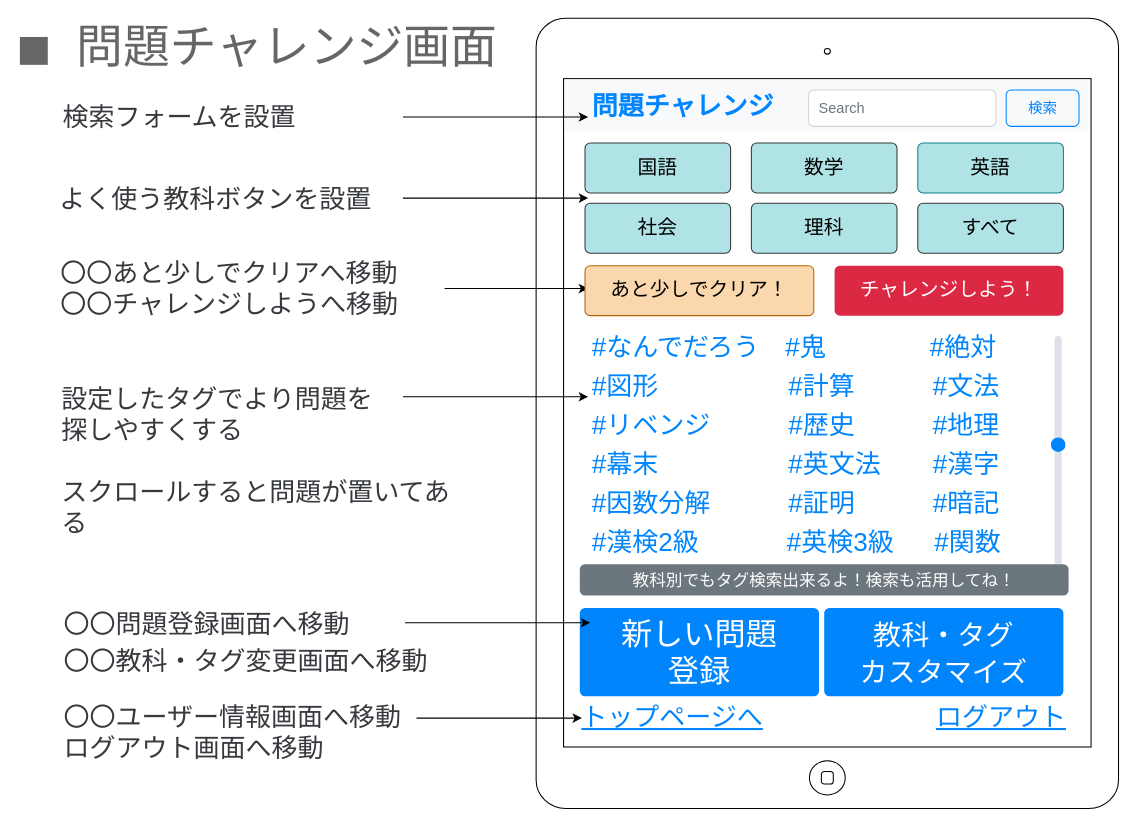
Above: page "問題チャレンジ画面のコピー" (8 of 15) of 画面設計_苦手問題克服.drawio in mitsuewatanabe/practice (draw.io), before the change. Source tidied: cells renumbered, new cells numbered last; positions are measured from the earlier drawing's top-left corner, leaving out a move shared by most shapes. Both pictures are drawn from the tidied source at 104%, with x=0, y=0 at pixel (18, 18).
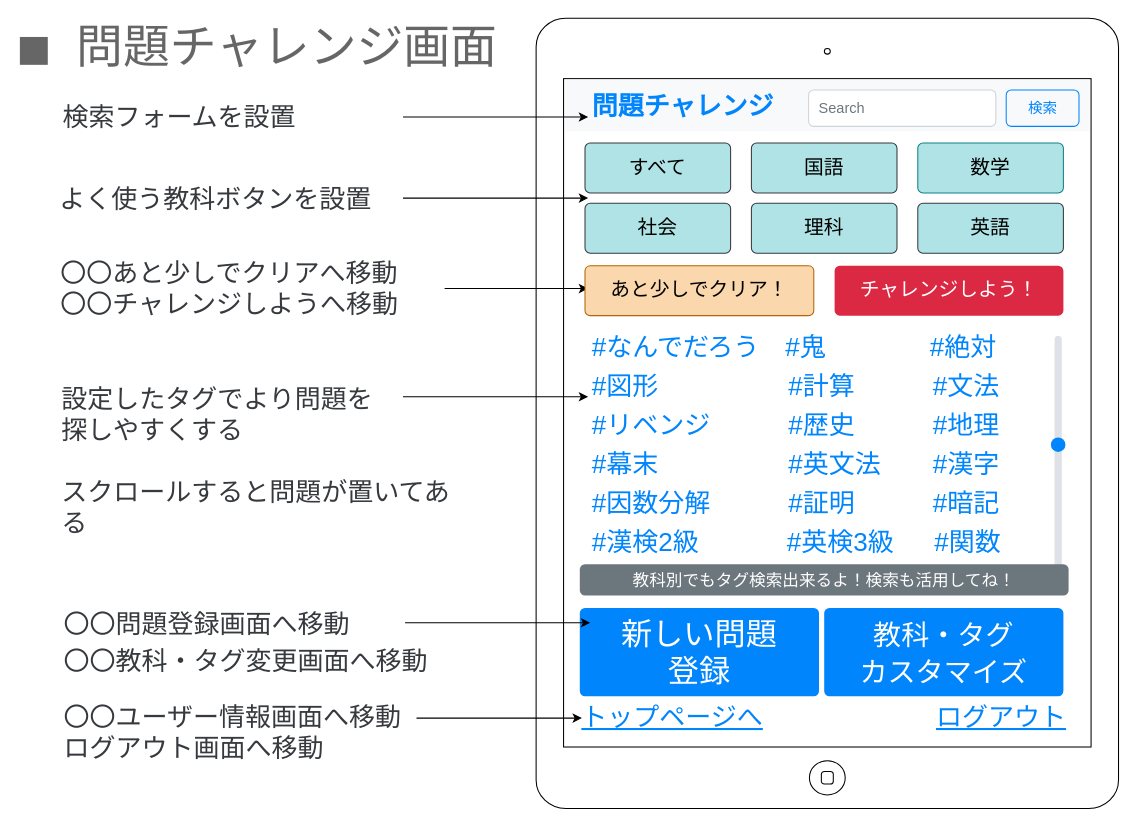
Above is the later version.

Change to the diagram source:
```diff
@@
-    <mxCell id="26" value="&lt;span style=&quot;&quot;&gt;国語&lt;/span&gt;" style="html=1;shadow=0;dashed=0;shape=mxgraph.bootstrap.rrect;rSize=5;strokeColor=#36393d;strokeWidth=1;whiteSpace=wrap;align=center;verticalAlign=middle;spacingLeft=0;fontStyle=0;fontSize=19;spacing=5;labelBackgroundColor=#B0E3E6;fillColor=#B0E3E6;" parent="1" vertex="1">
+    <mxCell id="26" value="&lt;span&gt;すべて&lt;/span&gt;" style="html=1;shadow=0;dashed=0;shape=mxgraph.bootstrap.rrect;rSize=5;strokeColor=#36393d;strokeWidth=1;whiteSpace=wrap;align=center;verticalAlign=middle;spacingLeft=0;fontStyle=0;fontSize=19;spacing=5;labelBackgroundColor=#B0E3E6;fillColor=#B0E3E6;" parent="1" vertex="1">
       <mxGeometry x="545" y="120" width="140" height="48" as="geometry" />
     </mxCell>
-    <mxCell id="27" value="&lt;span style=&quot;&quot;&gt;数学&lt;/span&gt;" style="html=1;shadow=0;dashed=0;shape=mxgraph.bootstrap.rrect;rSize=5;strokeColor=#36393d;strokeWidth=1;whiteSpace=wrap;align=center;verticalAlign=middle;spacingLeft=0;fontStyle=0;fontSize=19;spacing=5;labelBackgroundColor=#B0E3E6;fillColor=#B0E3E6;" parent="1" vertex="1">
+    <mxCell id="27" value="&lt;span&gt;国語&lt;/span&gt;" style="html=1;shadow=0;dashed=0;shape=mxgraph.bootstrap.rrect;rSize=5;strokeColor=#36393d;strokeWidth=1;whiteSpace=wrap;align=center;verticalAlign=middle;spacingLeft=0;fontStyle=0;fontSize=19;spacing=5;labelBackgroundColor=#B0E3E6;fillColor=#B0E3E6;" parent="1" vertex="1">
       <mxGeometry x="705" y="120" width="140" height="48" as="geometry" />
     </mxCell>
-    <mxCell id="28" value="英語" style="html=1;shadow=0;dashed=0;shape=mxgraph.bootstrap.rrect;rSize=5;strokeColor=#0e8088;strokeWidth=1;fillColor=#b0e3e6;whiteSpace=wrap;align=center;verticalAlign=middle;spacingLeft=0;fontStyle=0;fontSize=19;spacing=5;labelBackgroundColor=#B0E3E6;" parent="1" vertex="1">
+    <mxCell id="28" value="数学" style="html=1;shadow=0;dashed=0;shape=mxgraph.bootstrap.rrect;rSize=5;strokeColor=#0e8088;strokeWidth=1;fillColor=#b0e3e6;whiteSpace=wrap;align=center;verticalAlign=middle;spacingLeft=0;fontStyle=0;fontSize=19;spacing=5;labelBackgroundColor=#B0E3E6;" parent="1" vertex="1">
       <mxGeometry x="865" y="120" width="140" height="48" as="geometry" />
     </mxCell>
@@
-    <mxCell id="31" value="&lt;span style=&quot;&quot;&gt;すべて&lt;/span&gt;" style="html=1;shadow=0;dashed=0;shape=mxgraph.bootstrap.rrect;rSize=5;strokeColor=#36393d;strokeWidth=1;whiteSpace=wrap;align=center;verticalAlign=middle;spacingLeft=0;fontStyle=0;fontSize=19;spacing=5;labelBackgroundColor=#B0E3E6;fillColor=#B0E3E6;" parent="1" vertex="1">
+    <mxCell id="31" value="英語" style="html=1;shadow=0;dashed=0;shape=mxgraph.bootstrap.rrect;rSize=5;strokeColor=#36393d;strokeWidth=1;whiteSpace=wrap;align=center;verticalAlign=middle;spacingLeft=0;fontStyle=0;fontSize=19;spacing=5;labelBackgroundColor=#B0E3E6;fillColor=#B0E3E6;" parent="1" vertex="1">
       <mxGeometry x="865" y="178" width="140" height="48" as="geometry" />
     </mxCell>
```
